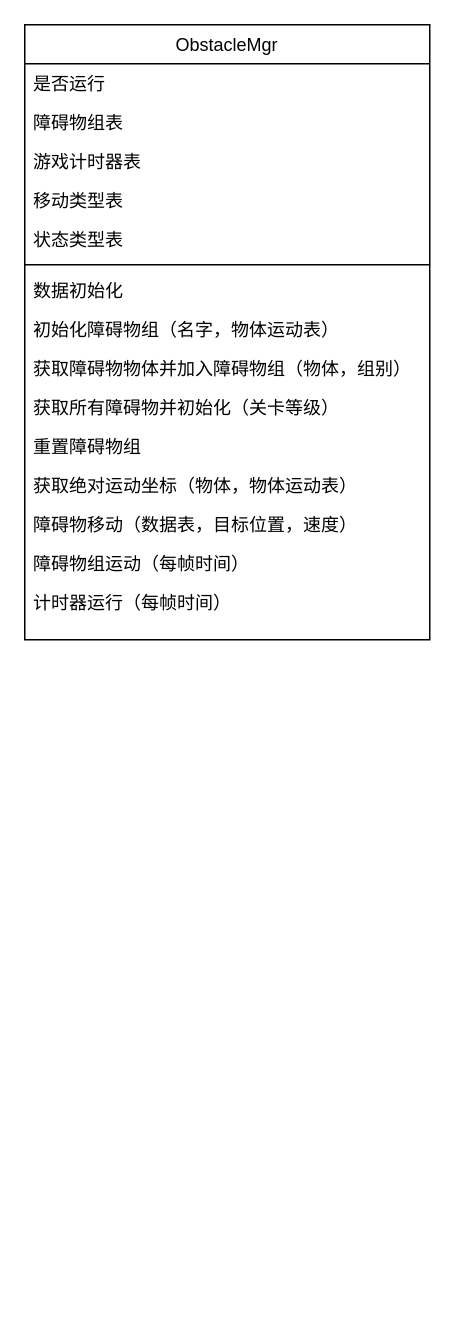
The draw.io diagram ClassDiagram.drawio in lilith-avatar-hyacinthhu/RushDuck, before the edit. Source tidied: cells renumbered, new cells numbered last; positions are measured from the earlier drawing's top-left corner, leaving out a move shared by most shapes. Both pictures are drawn from the tidied source at 150%, with x=0, y=0 at pixel (24, 24).
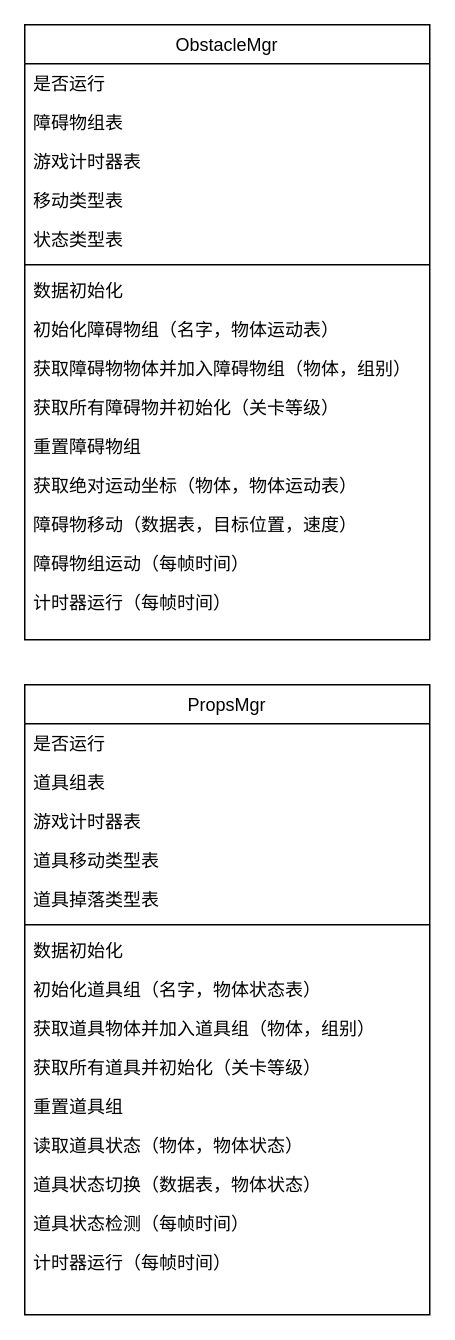
After the change.

Diff of the diagram source:
```diff
@@
+    <mxCell id="18" value="PropsMgr" style="swimlane;fontStyle=0;align=center;verticalAlign=top;horizontal=1;startSize=26;rounded=0;shadow=0;strokeWidth=1;" parent="1" vertex="1">
+      <mxGeometry y="440" width="270" height="420" as="geometry" />
+    </mxCell>
+    <mxCell id="19" value="是否运行" style="text;align=left;verticalAlign=top;spacingLeft=4;spacingRight=4;overflow=hidden;" parent="18" vertex="1">
+      <mxGeometry y="26" width="270" height="26" as="geometry" />
+    </mxCell>
+    <mxCell id="20" value="道具组表" style="text;align=left;verticalAlign=top;spacingLeft=4;spacingRight=4;overflow=hidden;rounded=0;shadow=0;html=0;" parent="18" vertex="1">
+      <mxGeometry y="52" width="270" height="26" as="geometry" />
+    </mxCell>
+    <mxCell id="21" value="游戏计时器表" style="text;align=left;verticalAlign=top;spacingLeft=4;spacingRight=4;overflow=hidden;rounded=0;shadow=0;html=0;" parent="18" vertex="1">
+      <mxGeometry y="78" width="270" height="26" as="geometry" />
+    </mxCell>
+    <mxCell id="22" value="道具移动类型表" style="text;align=left;verticalAlign=top;spacingLeft=4;spacingRight=4;overflow=hidden;rounded=0;shadow=0;html=0;" parent="18" vertex="1">
+      <mxGeometry y="104" width="270" height="26" as="geometry" />
+    </mxCell>
+    <mxCell id="23" value="道具掉落类型表" style="text;align=left;verticalAlign=top;spacingLeft=4;spacingRight=4;overflow=hidden;rounded=0;shadow=0;html=0;" parent="18" vertex="1">
+      <mxGeometry y="130" width="270" height="26" as="geometry" />
+    </mxCell>
+    <mxCell id="24" style="line;html=1;strokeWidth=1;align=left;verticalAlign=middle;spacingTop=-1;spacingLeft=3;spacingRight=3;labelPosition=right;" parent="18" vertex="1">
+      <mxGeometry y="156" width="270" height="8" as="geometry" />
+    </mxCell>
+    <mxCell id="25" value="数据初始化" style="text;align=left;verticalAlign=top;spacingLeft=4;spacingRight=4;overflow=hidden;" parent="18" vertex="1">
+      <mxGeometry y="164" width="270" height="26" as="geometry" />
+    </mxCell>
+    <mxCell id="26" value="初始化道具组（名字，物体状态表）&#10;" style="text;align=left;verticalAlign=top;spacingLeft=4;spacingRight=4;overflow=hidden;" parent="18" vertex="1">
+      <mxGeometry y="190" width="270" height="26" as="geometry" />
+    </mxCell>
+    <mxCell id="27" value="获取道具物体并加入道具组（物体，组别）" style="text;align=left;verticalAlign=top;spacingLeft=4;spacingRight=4;overflow=hidden;" parent="18" vertex="1">
+      <mxGeometry y="216" width="270" height="26" as="geometry" />
+    </mxCell>
+    <mxCell id="28" value="获取所有道具并初始化（关卡等级）" style="text;align=left;verticalAlign=top;spacingLeft=4;spacingRight=4;overflow=hidden;" parent="18" vertex="1">
+      <mxGeometry y="242" width="270" height="26" as="geometry" />
+    </mxCell>
+    <mxCell id="29" value="重置道具组" style="text;align=left;verticalAlign=top;spacingLeft=4;spacingRight=4;overflow=hidden;" parent="18" vertex="1">
+      <mxGeometry y="268" width="270" height="26" as="geometry" />
+    </mxCell>
+    <mxCell id="30" value="读取道具状态（物体，物体状态）" style="text;align=left;verticalAlign=top;spacingLeft=4;spacingRight=4;overflow=hidden;" parent="18" vertex="1">
+      <mxGeometry y="294" width="270" height="26" as="geometry" />
+    </mxCell>
+    <mxCell id="31" value="道具状态切换（数据表，物体状态）" style="text;align=left;verticalAlign=top;spacingLeft=4;spacingRight=4;overflow=hidden;" parent="18" vertex="1">
+      <mxGeometry y="320" width="270" height="26" as="geometry" />
+    </mxCell>
+    <mxCell id="32" value="道具状态检测（每帧时间）" style="text;align=left;verticalAlign=top;spacingLeft=4;spacingRight=4;overflow=hidden;" parent="18" vertex="1">
+      <mxGeometry y="346" width="270" height="26" as="geometry" />
+    </mxCell>
+    <mxCell id="33" value="计时器运行（每帧时间）" style="text;align=left;verticalAlign=top;spacingLeft=4;spacingRight=4;overflow=hidden;" parent="18" vertex="1">
+      <mxGeometry y="372" width="270" height="26" as="geometry" />
+    </mxCell>
```
